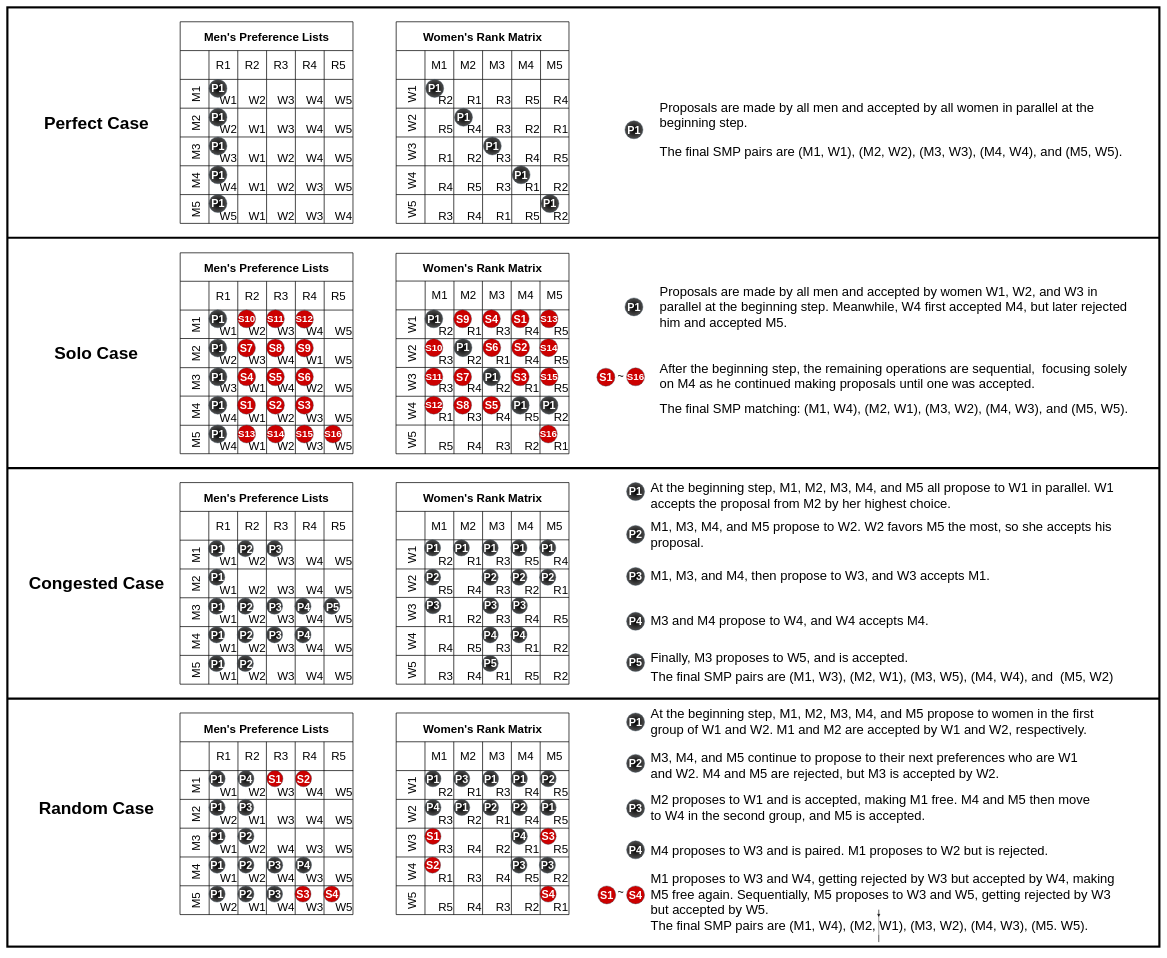
Earlier version of the draw.io diagram SMPWorkloads.drawio (victorliu-sq/BambooSMP-Figures). Source tidied: cells renumbered, new cells numbered last; positions are measured from the earlier drawing's top-left corner, leaving out a move shared by most shapes. Both pictures are drawn from the tidied source at 36%, with x=0, y=0 at pixel (7, 7).
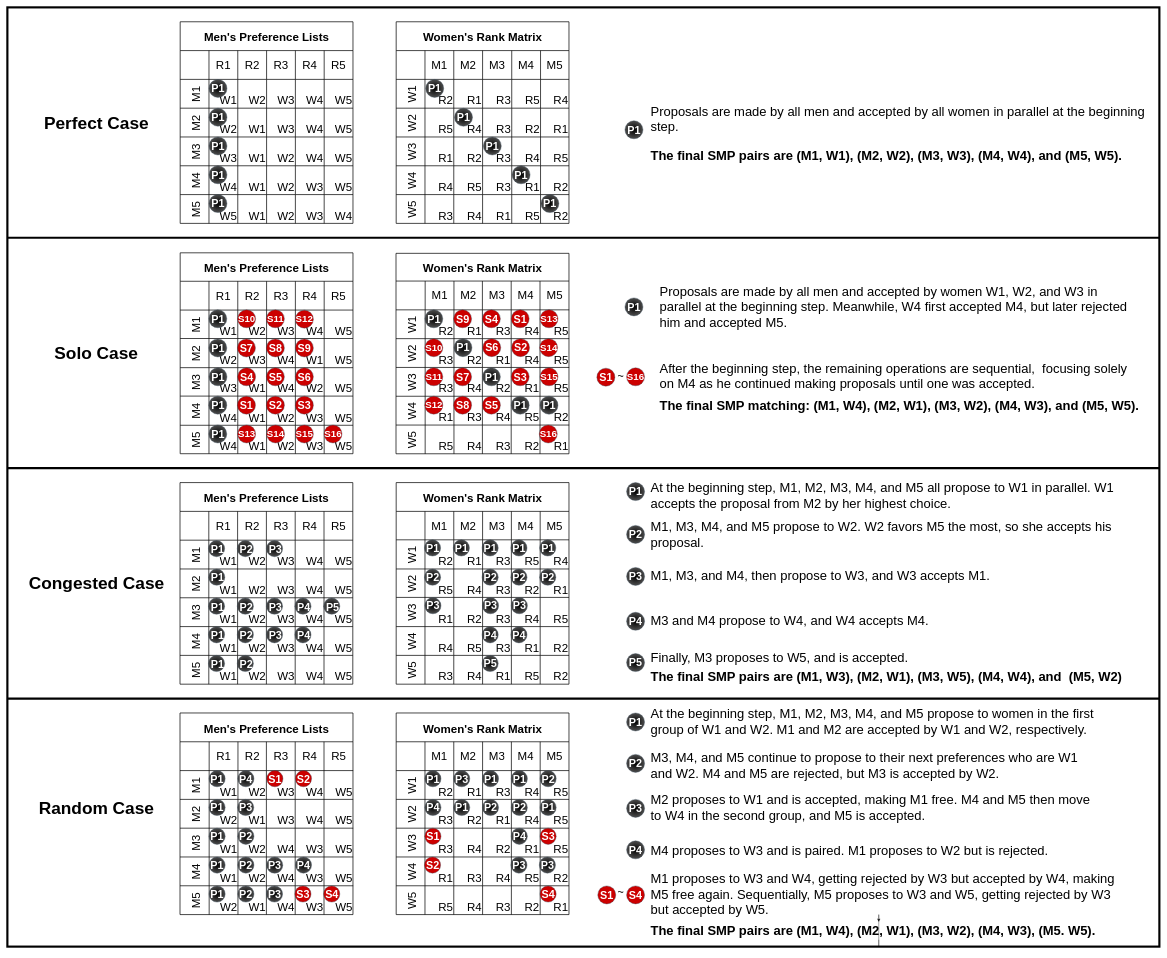
Above is the later version.

Change to the diagram source:
```diff
@@
-    <mxCell id="236" value="&lt;p style=&quot;font-size: 36px;&quot;&gt;&lt;span style=&quot;font-size: 36px;&quot;&gt;&lt;span style=&quot;font-size: 36px;&quot;&gt;Proposals are made by all men and accepted by all women in parallel at the beginning step.&amp;nbsp;&lt;/span&gt;&lt;/span&gt;&lt;/p&gt;&lt;p style=&quot;font-size: 36px;&quot;&gt;&lt;span style=&quot;font-size: 36px;&quot;&gt;The final SMP pairs are&amp;nbsp;&lt;span style=&quot;font-size: 36px; background-color: initial;&quot;&gt;(M1, W1), (M2, W2), (M3, W3), (M4, W4), and (M5, W5).&lt;/span&gt;&amp;nbsp;&lt;/span&gt;&lt;/p&gt;" style="text;strokeColor=none;align=left;fillColor=none;html=1;verticalAlign=middle;whiteSpace=wrap;rounded=0;fontFamily=Helvetica;fontSize=36;fontColor=default;fontStyle=0;" parent="1" vertex="1">
-      <mxGeometry x="1810" y="282.5" width="1320" height="110" as="geometry" />
+    <mxCell id="236" value="&lt;p style=&quot;font-size: 36px;&quot;&gt;&lt;span style=&quot;font-size: 36px;&quot;&gt;&lt;span style=&quot;font-size: 36px;&quot;&gt;Proposals are made by all men and accepted by all women in parallel at the beginning step.&amp;nbsp;&lt;/span&gt;&lt;/span&gt;&lt;/p&gt;&lt;p style=&quot;font-size: 36px;&quot;&gt;&lt;span style=&quot;font-size: 36px;&quot;&gt;&lt;b&gt;The final SMP pairs are&amp;nbsp;&lt;span style=&quot;font-size: 36px; background-color: initial;&quot;&gt;(M1, W1), (M2, W2), (M3, W3), (M4, W4), and (M5, W5).&lt;/span&gt;&amp;nbsp;&lt;/b&gt;&lt;/span&gt;&lt;/p&gt;" style="text;strokeColor=none;align=left;fillColor=none;html=1;verticalAlign=middle;whiteSpace=wrap;rounded=0;fontFamily=Helvetica;fontSize=36;fontColor=default;fontStyle=0;" parent="1" vertex="1">
+      <mxGeometry x="1784.5" y="230" width="1390" height="240" as="geometry" />
     </mxCell>
-    <mxCell id="237" value="&lt;p style=&quot;font-size: 36px;&quot;&gt;&lt;span style=&quot;font-size: 36px;&quot;&gt;&lt;span style=&quot;font-size: 36px;&quot;&gt;The final SMP matching:&amp;nbsp;&lt;/span&gt;&lt;span style=&quot;font-size: 36px;&quot;&gt;&lt;font style=&quot;font-size: 36px;&quot;&gt;(M1, W4), (M2, W1), (M3, W2), (M4, W3), and (M5, W5).&lt;/font&gt;&lt;/span&gt;&lt;/span&gt;&lt;/p&gt;" style="text;strokeColor=none;align=left;fillColor=none;html=1;verticalAlign=middle;whiteSpace=wrap;rounded=0;fontFamily=Helvetica;fontSize=36;fontColor=default;fontStyle=0;" parent="1" vertex="1">
-      <mxGeometry x="1810" y="1100" width="1310" height="30" as="geometry" />
+    <mxCell id="237" value="&lt;p style=&quot;font-size: 36px;&quot;&gt;&lt;span style=&quot;font-size: 36px;&quot;&gt;&lt;b&gt;&lt;span style=&quot;font-size: 36px;&quot;&gt;The final SMP matching:&amp;nbsp;&lt;/span&gt;&lt;span style=&quot;font-size: 36px;&quot;&gt;&lt;font style=&quot;font-size: 36px;&quot;&gt;(M1, W4), (M2, W1), (M3, W2), (M4, W3), and (M5, W5).&lt;/font&gt;&lt;/span&gt;&lt;/b&gt;&lt;/span&gt;&lt;/p&gt;" style="text;strokeColor=none;align=left;fillColor=none;html=1;verticalAlign=middle;whiteSpace=wrap;rounded=0;fontFamily=Helvetica;fontSize=36;fontColor=default;fontStyle=0;" parent="1" vertex="1">
+      <mxGeometry x="1810" y="1075" width="1380" height="60" as="geometry" />
     </mxCell>
-    <mxCell id="238" value="&lt;p style=&quot;font-size: 36px;&quot;&gt;&lt;span style=&quot;font-size: 36px;&quot;&gt;The final SMP pairs are&amp;nbsp;&lt;/span&gt;&lt;span style=&quot;font-size: 36px;&quot;&gt;&lt;font style=&quot;font-size: 36px;&quot;&gt;(M1, W3), (M2, W1), (M3, W5), (M4, W4), and&amp;nbsp; (M5, W2)&lt;/font&gt;&lt;/span&gt;&lt;/p&gt;" style="text;strokeColor=none;align=left;fillColor=none;html=1;verticalAlign=middle;whiteSpace=wrap;rounded=0;fontFamily=Helvetica;fontSize=36;fontColor=default;fontStyle=0;" parent="1" vertex="1">
-      <mxGeometry x="1784.5" y="1830" width="1305.5" height="60" as="geometry" />
+    <mxCell id="238" value="&lt;p style=&quot;font-size: 36px;&quot;&gt;&lt;b&gt;&lt;span style=&quot;font-size: 36px;&quot;&gt;The final SMP pairs are&amp;nbsp;&lt;/span&gt;&lt;span style=&quot;font-size: 36px;&quot;&gt;&lt;font style=&quot;font-size: 36px;&quot;&gt;(M1, W3), (M2, W1), (M3, W5), (M4, W4), and&amp;nbsp; (M5, W2)&lt;/font&gt;&lt;/span&gt;&lt;/b&gt;&lt;/p&gt;" style="text;strokeColor=none;align=left;fillColor=none;html=1;verticalAlign=middle;whiteSpace=wrap;rounded=0;fontFamily=Helvetica;fontSize=36;fontColor=default;fontStyle=0;" parent="1" vertex="1">
+      <mxGeometry x="1784.5" y="1830" width="1345.5" height="60" as="geometry" />
     </mxCell>
@@
-    <mxCell id="241" value="&lt;p style=&quot;font-size: 36px;&quot;&gt;&lt;span style=&quot;font-size: 36px;&quot;&gt;The final SMP pairs are (M1, W4), (M2, W1), (M3, W2), (M4, W3), (M5. W5).&lt;/span&gt;&lt;br style=&quot;font-size: 36px;&quot;&gt;&lt;/p&gt;" style="text;strokeColor=none;align=left;fillColor=none;html=1;verticalAlign=middle;whiteSpace=wrap;rounded=0;fontFamily=Helvetica;fontSize=36;fontColor=default;fontStyle=0;" parent="1" vertex="1">
-      <mxGeometry x="1784.5" y="2526.4" width="1272" height="50" as="geometry" />
+    <mxCell id="241" value="&lt;p style=&quot;font-size: 36px;&quot;&gt;&lt;span style=&quot;font-size: 36px;&quot;&gt;&lt;b&gt;The final SMP pairs are (M1, W4), (M2, W1), (M3, W2), (M4, W3), (M5. W5).&lt;/b&gt;&lt;/span&gt;&lt;br style=&quot;font-size: 36px;&quot;&gt;&lt;/p&gt;" style="text;strokeColor=none;align=left;fillColor=none;html=1;verticalAlign=middle;whiteSpace=wrap;rounded=0;fontFamily=Helvetica;fontSize=36;fontColor=default;fontStyle=0;" parent="1" vertex="1">
+      <mxGeometry x="1784.5" y="2540" width="1272" height="50" as="geometry" />
     </mxCell>
```
